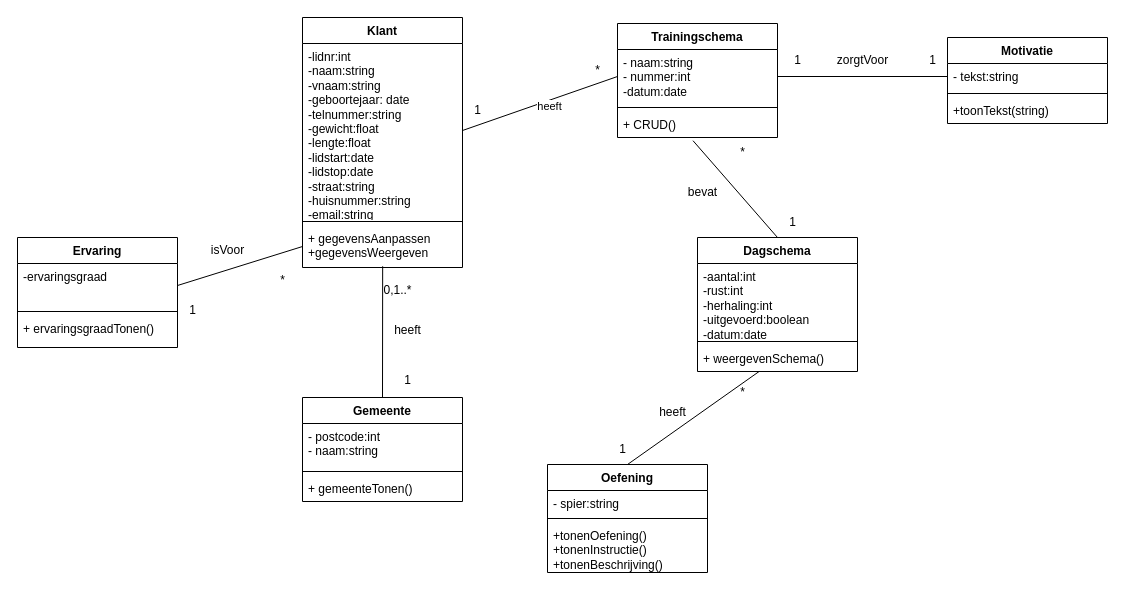
Juan-De-Man/BeastBuilder keeps this draw.io diagram as docs/Klassendiagram.dio. Above is the earlier version. Source tidied: cells renumbered, new cells numbered last; positions are measured from the earlier drawing's top-left corner, leaving out a move shared by most shapes. Both pictures are drawn from the tidied source at 100%, with x=0, y=0 at pixel (17, 17).
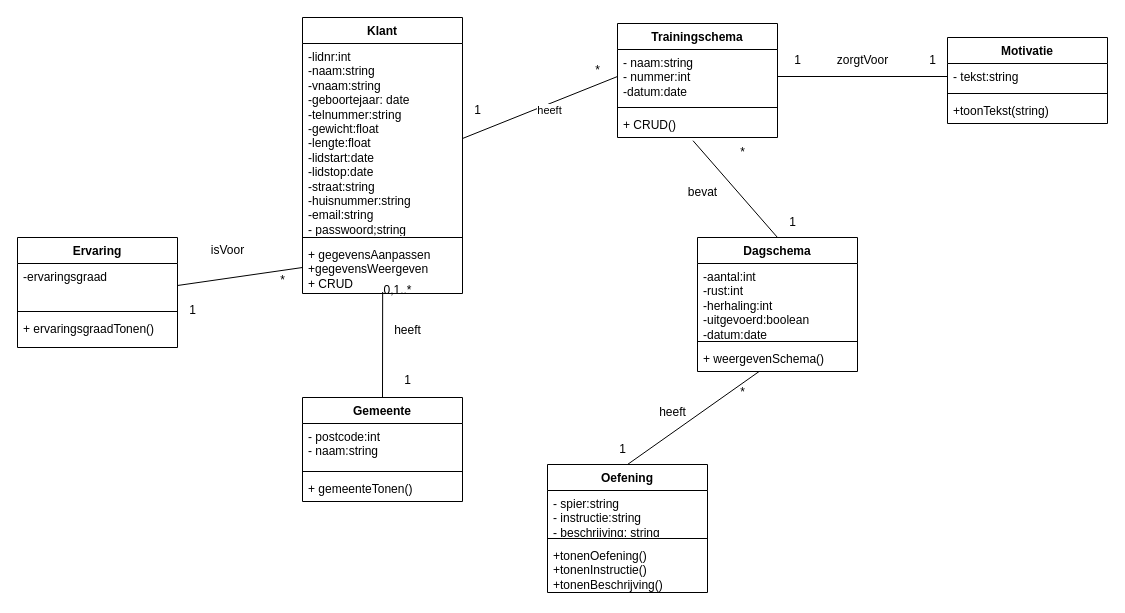
Above is the later version.

Diff of the diagram source:
```diff
@@
     <mxCell id="6" value="Klant" style="swimlane;fontStyle=1;align=center;verticalAlign=top;horizontal=1;startSize=26;whiteSpace=wrap;html=1;" parent="1" vertex="1">
-      <mxGeometry x="285" width="160" height="250" as="geometry" />
+      <mxGeometry x="285" width="160" height="276" as="geometry" />
     </mxCell>
-    <mxCell id="7" value="&lt;div&gt;-lidnr:int&lt;/div&gt;-naam:string&lt;div&gt;&lt;font color=&quot;#000000&quot;&gt;-vnaam:string&lt;/font&gt;&lt;/div&gt;&lt;div&gt;&lt;font color=&quot;#000000&quot;&gt;-geboortejaar: date&lt;/font&gt;&lt;/div&gt;&lt;div&gt;&lt;font color=&quot;#000000&quot;&gt;-telnummer:string&lt;/font&gt;&lt;/div&gt;&lt;div&gt;&lt;font color=&quot;#000000&quot;&gt;-gewicht:float&lt;/font&gt;&lt;/div&gt;&lt;div&gt;&lt;font color=&quot;#000000&quot;&gt;&lt;font color=&quot;#000000&quot;&gt;-lengte:float&lt;/font&gt;&lt;/font&gt;&lt;/div&gt;&lt;div&gt;&lt;font color=&quot;#000000&quot;&gt;&lt;font color=&quot;#000000&quot;&gt;-lidstart:date&lt;/font&gt;&lt;/font&gt;&lt;/div&gt;&lt;div&gt;&lt;font color=&quot;#000000&quot;&gt;&lt;font color=&quot;#000000&quot;&gt;&lt;font color=&quot;#000000&quot;&gt;-lidstop:date&lt;/font&gt;&lt;/font&gt;&lt;/font&gt;&lt;/div&gt;&lt;div&gt;&lt;font color=&quot;#000000&quot;&gt;&lt;font color=&quot;#000000&quot;&gt;&lt;font color=&quot;#000000&quot;&gt;-straat:string&lt;/font&gt;&lt;/font&gt;&lt;/font&gt;&lt;/div&gt;&lt;div&gt;&lt;font color=&quot;#000000&quot;&gt;&lt;font color=&quot;#000000&quot;&gt;&lt;font color=&quot;#000000&quot;&gt;-huisnummer:string&lt;/font&gt;&lt;/font&gt;&lt;/font&gt;&lt;/div&gt;&lt;div&gt;&lt;font color=&quot;#000000&quot;&gt;&lt;font color=&quot;#000000&quot;&gt;&lt;font color=&quot;#000000&quot;&gt;-email:string&lt;/font&gt;&lt;/font&gt;&lt;/font&gt;&lt;/div&gt;&lt;div&gt;&lt;font color=&quot;#000000&quot;&gt;&lt;font color=&quot;#000000&quot;&gt;&lt;font color=&quot;#000000&quot;&gt;&lt;br&gt;&lt;/font&gt;&lt;/font&gt;&lt;/font&gt;&lt;div&gt;&lt;br&gt;&lt;/div&gt;&lt;/div&gt;" style="text;strokeColor=none;fillColor=none;align=left;verticalAlign=top;spacingLeft=4;spacingRight=4;overflow=hidden;points=[[0,0.5],[1,0.5]];portConstraint=eastwest;whiteSpace=wrap;html=1;" parent="6" vertex="1">
-      <mxGeometry y="26" width="160" height="174" as="geometry" />
+    <mxCell id="7" value="&lt;div&gt;-lidnr:int&lt;/div&gt;-naam:string&lt;div&gt;&lt;font color=&quot;#000000&quot;&gt;-vnaam:string&lt;/font&gt;&lt;/div&gt;&lt;div&gt;&lt;font color=&quot;#000000&quot;&gt;-geboortejaar: date&lt;/font&gt;&lt;/div&gt;&lt;div&gt;&lt;font color=&quot;#000000&quot;&gt;-telnummer:string&lt;/font&gt;&lt;/div&gt;&lt;div&gt;&lt;font color=&quot;#000000&quot;&gt;-gewicht:float&lt;/font&gt;&lt;/div&gt;&lt;div&gt;&lt;font color=&quot;#000000&quot;&gt;&lt;font color=&quot;#000000&quot;&gt;-lengte:float&lt;/font&gt;&lt;/font&gt;&lt;/div&gt;&lt;div&gt;&lt;font color=&quot;#000000&quot;&gt;&lt;font color=&quot;#000000&quot;&gt;-lidstart:date&lt;/font&gt;&lt;/font&gt;&lt;/div&gt;&lt;div&gt;&lt;font color=&quot;#000000&quot;&gt;&lt;font color=&quot;#000000&quot;&gt;&lt;font color=&quot;#000000&quot;&gt;-lidstop:date&lt;/font&gt;&lt;/font&gt;&lt;/font&gt;&lt;/div&gt;&lt;div&gt;&lt;font color=&quot;#000000&quot;&gt;&lt;font color=&quot;#000000&quot;&gt;&lt;font color=&quot;#000000&quot;&gt;-straat:string&lt;/font&gt;&lt;/font&gt;&lt;/font&gt;&lt;/div&gt;&lt;div&gt;&lt;font color=&quot;#000000&quot;&gt;&lt;font color=&quot;#000000&quot;&gt;&lt;font color=&quot;#000000&quot;&gt;-huisnummer:string&lt;/font&gt;&lt;/font&gt;&lt;/font&gt;&lt;/div&gt;&lt;div&gt;&lt;font color=&quot;#000000&quot;&gt;&lt;font color=&quot;#000000&quot;&gt;&lt;font color=&quot;#000000&quot;&gt;-email:string&lt;/font&gt;&lt;/font&gt;&lt;/font&gt;&lt;/div&gt;&lt;div&gt;&lt;font color=&quot;#000000&quot;&gt;&lt;font color=&quot;#000000&quot;&gt;&lt;font color=&quot;#000000&quot;&gt;- passwoord;string&lt;/font&gt;&lt;/font&gt;&lt;/font&gt;&lt;/div&gt;&lt;div&gt;&lt;font color=&quot;#000000&quot;&gt;&lt;font color=&quot;#000000&quot;&gt;&lt;font color=&quot;#000000&quot;&gt;&lt;br&gt;&lt;/font&gt;&lt;/font&gt;&lt;/font&gt;&lt;div&gt;&lt;br&gt;&lt;/div&gt;&lt;/div&gt;" style="text;strokeColor=none;fillColor=none;align=left;verticalAlign=top;spacingLeft=4;spacingRight=4;overflow=hidden;points=[[0,0.5],[1,0.5]];portConstraint=eastwest;whiteSpace=wrap;html=1;" parent="6" vertex="1">
+      <mxGeometry y="26" width="160" height="190" as="geometry" />
     </mxCell>
     <mxCell id="8" style="line;strokeWidth=1;fillColor=none;align=left;verticalAlign=middle;spacingTop=-1;spacingLeft=3;spacingRight=3;labelPosition=right;strokeColor=inherit;" parent="6" vertex="1">
-      <mxGeometry y="200" width="160" height="8" as="geometry" />
+      <mxGeometry y="216" width="160" height="8" as="geometry" />
     </mxCell>
-    <mxCell id="9" value="+ gegevensAanpassen&lt;div&gt;+gegevensWeergeven&lt;/div&gt;" style="text;strokeColor=none;fillColor=none;align=left;verticalAlign=top;spacingLeft=4;spacingRight=4;overflow=hidden;points=[[0,0.5],[1,0.5]];portConstraint=eastwest;whiteSpace=wrap;html=1;" parent="6" vertex="1">
-      <mxGeometry y="208" width="160" height="42" as="geometry" />
+    <mxCell id="9" value="+ gegevensAanpassen&lt;div&gt;+gegevensWeergeven&lt;/div&gt;&lt;div&gt;+ CRUD&lt;/div&gt;&lt;div&gt;&lt;br&gt;&lt;/div&gt;" style="text;strokeColor=none;fillColor=none;align=left;verticalAlign=top;spacingLeft=4;spacingRight=4;overflow=hidden;points=[[0,0.5],[1,0.5]];portConstraint=eastwest;whiteSpace=wrap;html=1;" parent="6" vertex="1">
+      <mxGeometry y="224" width="160" height="52" as="geometry" />
     </mxCell>
@@
     <mxCell id="27" value="Oefening" style="swimlane;fontStyle=1;align=center;verticalAlign=top;horizontal=1;startSize=26;whiteSpace=wrap;html=1;" parent="1" vertex="1">
-      <mxGeometry x="530" y="447" width="160" height="108" as="geometry" />
+      <mxGeometry x="530" y="447" width="160" height="128" as="geometry" />
     </mxCell>
-    <mxCell id="28" value="- spier:string" style="text;strokeColor=none;fillColor=none;align=left;verticalAlign=top;spacingLeft=4;spacingRight=4;overflow=hidden;whiteSpace=wrap;html=1;" parent="27" vertex="1">
-      <mxGeometry y="26" width="160" height="24" as="geometry" />
+    <mxCell id="28" value="- spier:string&lt;div&gt;&lt;font color=&quot;#000000&quot;&gt;- instructie:string&lt;/font&gt;&lt;/div&gt;&lt;div&gt;&lt;font color=&quot;#000000&quot;&gt;- beschrijving: string&lt;br&gt;&lt;/font&gt;&lt;div&gt;&lt;br&gt;&lt;/div&gt;&lt;/div&gt;" style="text;strokeColor=none;fillColor=none;align=left;verticalAlign=top;spacingLeft=4;spacingRight=4;overflow=hidden;whiteSpace=wrap;html=1;" parent="27" vertex="1">
+      <mxGeometry y="26" width="160" height="44" as="geometry" />
     </mxCell>
     <mxCell id="29" style="line;strokeWidth=1;fillColor=none;align=left;verticalAlign=middle;spacingTop=-1;spacingLeft=3;spacingRight=3;labelPosition=right;strokeColor=inherit;" parent="27" vertex="1">
-      <mxGeometry y="50" width="160" height="8" as="geometry" />
+      <mxGeometry y="70" width="160" height="8" as="geometry" />
     </mxCell>
     <mxCell id="30" value="+tonenOefening()&lt;div&gt;&lt;font color=&quot;#000000&quot;&gt;+tonenInstructie()&lt;/font&gt;&lt;/div&gt;&lt;div&gt;&lt;font color=&quot;#000000&quot;&gt;+tonenBeschrijving()&lt;br&gt;&lt;/font&gt;&lt;div&gt;&lt;br&gt;&lt;/div&gt;&lt;/div&gt;" style="text;strokeColor=none;fillColor=none;align=left;verticalAlign=top;spacingLeft=4;spacingRight=4;overflow=hidden;whiteSpace=wrap;html=1;" parent="27" vertex="1">
-      <mxGeometry y="58" width="160" height="50" as="geometry" />
+      <mxGeometry y="78" width="160" height="50" as="geometry" />
     </mxCell>
```
